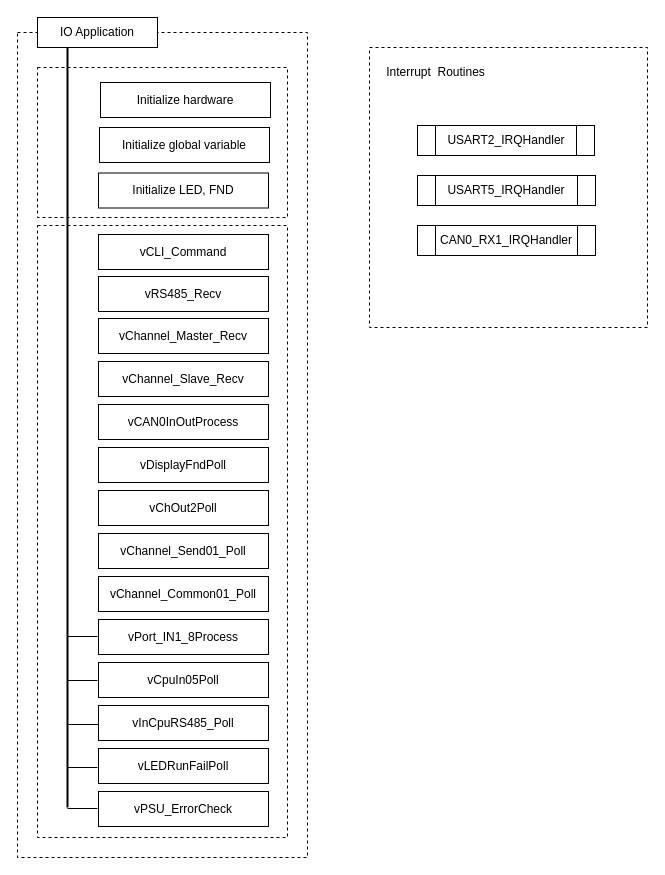
This is page "페이지-3" (3 of 3) of EABS/Document_Pack/ASDD/BlockDiagram/eabs_asdd_draw_02.drawio from chillin2/MyDraw.io, a draw.io file, before an edit. Source tidied: cells renumbered, new cells numbered last; positions are measured from the earlier drawing's top-left corner, leaving out a move shared by most shapes. Both pictures are drawn from the tidied source at 100%, with x=0, y=0 at pixel (17, 17).
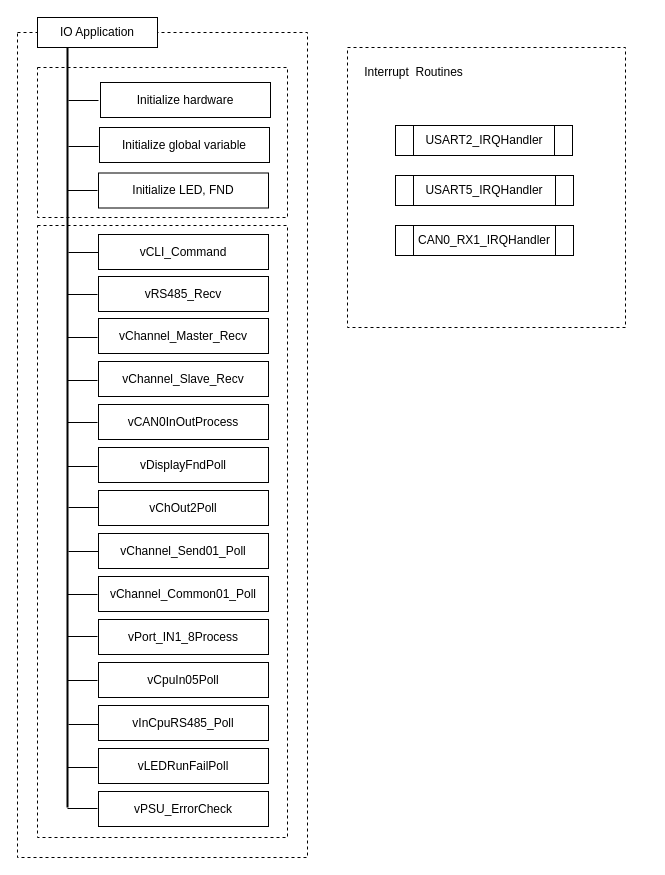
After the change.

Change to the diagram source:
```diff
@@
     <mxCell id="6" style="rounded=0;whiteSpace=wrap;html=1;dashed=1;" parent="1" vertex="1">
-      <mxGeometry x="352" y="30" width="278" height="280" as="geometry" />
+      <mxGeometry x="330" y="30" width="278" height="280" as="geometry" />
     </mxCell>
     <mxCell id="7" value="Interrupt&amp;nbsp; Routines" style="text;html=1;strokeColor=none;fillColor=none;align=center;verticalAlign=middle;whiteSpace=wrap;rounded=0;" parent="1" vertex="1">
-      <mxGeometry x="355" y="40" width="127" height="30" as="geometry" />
+      <mxGeometry x="333" y="40" width="127" height="30" as="geometry" />
     </mxCell>
     <mxCell id="8" value="USART2_IRQHandler" style="shape=process;whiteSpace=wrap;html=1;backgroundOutline=1;" parent="1" vertex="1">
-      <mxGeometry x="400" y="108" width="177" height="30" as="geometry" />
+      <mxGeometry x="378" y="108" width="177" height="30" as="geometry" />
     </mxCell>
@@
     <mxCell id="25" value="USART5_IRQHandler" style="shape=process;whiteSpace=wrap;html=1;backgroundOutline=1;" parent="1" vertex="1">
-      <mxGeometry x="400" y="158" width="178" height="30" as="geometry" />
+      <mxGeometry x="378" y="158" width="178" height="30" as="geometry" />
     </mxCell>
     <mxCell id="26" value="CAN0_RX1_IRQHandler" style="shape=process;whiteSpace=wrap;html=1;backgroundOutline=1;" parent="1" vertex="1">
-      <mxGeometry x="400" y="208" width="178" height="30" as="geometry" />
+      <mxGeometry x="378" y="208" width="178" height="30" as="geometry" />
     </mxCell>
@@
+    <mxCell id="34" style="endArrow=none;html=1;rounded=0;" parent="1" edge="1">
+      <mxGeometry relative="1" as="geometry">
+        <mxPoint x="50" y="577" as="sourcePoint" />
+        <mxPoint x="80" y="577" as="targetPoint" />
+      </mxGeometry>
+    </mxCell>
+    <mxCell id="35" style="endArrow=none;html=1;rounded=0;" parent="1" edge="1">
+      <mxGeometry relative="1" as="geometry">
+        <mxPoint x="51" y="534" as="sourcePoint" />
+        <mxPoint x="81" y="534" as="targetPoint" />
+      </mxGeometry>
+    </mxCell>
+    <mxCell id="36" style="endArrow=none;html=1;rounded=0;" parent="1" edge="1">
+      <mxGeometry relative="1" as="geometry">
+        <mxPoint x="51" y="490" as="sourcePoint" />
+        <mxPoint x="81" y="490" as="targetPoint" />
+      </mxGeometry>
+    </mxCell>
+    <mxCell id="37" style="endArrow=none;html=1;rounded=0;" parent="1" edge="1">
+      <mxGeometry relative="1" as="geometry">
+        <mxPoint x="50" y="449" as="sourcePoint" />
+        <mxPoint x="80" y="449" as="targetPoint" />
+      </mxGeometry>
+    </mxCell>
+    <mxCell id="38" style="endArrow=none;html=1;rounded=0;" parent="1" edge="1">
+      <mxGeometry relative="1" as="geometry">
+        <mxPoint x="50" y="405" as="sourcePoint" />
+        <mxPoint x="80" y="405" as="targetPoint" />
+      </mxGeometry>
+    </mxCell>
+    <mxCell id="39" style="endArrow=none;html=1;rounded=0;" parent="1" edge="1">
+      <mxGeometry relative="1" as="geometry">
+        <mxPoint x="50" y="363" as="sourcePoint" />
+        <mxPoint x="80" y="363" as="targetPoint" />
+      </mxGeometry>
+    </mxCell>
+    <mxCell id="40" style="endArrow=none;html=1;rounded=0;" parent="1" edge="1">
+      <mxGeometry relative="1" as="geometry">
+        <mxPoint x="50" y="320" as="sourcePoint" />
+        <mxPoint x="80" y="320" as="targetPoint" />
+      </mxGeometry>
+    </mxCell>
+    <mxCell id="41" style="endArrow=none;html=1;rounded=0;" parent="1" edge="1">
+      <mxGeometry relative="1" as="geometry">
+        <mxPoint x="50" y="277" as="sourcePoint" />
+        <mxPoint x="80" y="277" as="targetPoint" />
+      </mxGeometry>
+    </mxCell>
+    <mxCell id="42" style="endArrow=none;html=1;rounded=0;" parent="1" edge="1">
+      <mxGeometry relative="1" as="geometry">
+        <mxPoint x="51" y="235" as="sourcePoint" />
+        <mxPoint x="81" y="235" as="targetPoint" />
+      </mxGeometry>
+    </mxCell>
+    <mxCell id="43" style="endArrow=none;html=1;rounded=0;" parent="1" edge="1">
+      <mxGeometry relative="1" as="geometry">
+        <mxPoint x="50" y="173" as="sourcePoint" />
+        <mxPoint x="80" y="173" as="targetPoint" />
+      </mxGeometry>
+    </mxCell>
+    <mxCell id="44" style="endArrow=none;html=1;rounded=0;" parent="1" edge="1">
+      <mxGeometry relative="1" as="geometry">
+        <mxPoint x="51" y="129" as="sourcePoint" />
+        <mxPoint x="81" y="129" as="targetPoint" />
+      </mxGeometry>
+    </mxCell>
+    <mxCell id="45" style="endArrow=none;html=1;rounded=0;" parent="1" edge="1">
+      <mxGeometry relative="1" as="geometry">
+        <mxPoint x="51" y="83" as="sourcePoint" />
+        <mxPoint x="81" y="83" as="targetPoint" />
+      </mxGeometry>
+    </mxCell>
```
